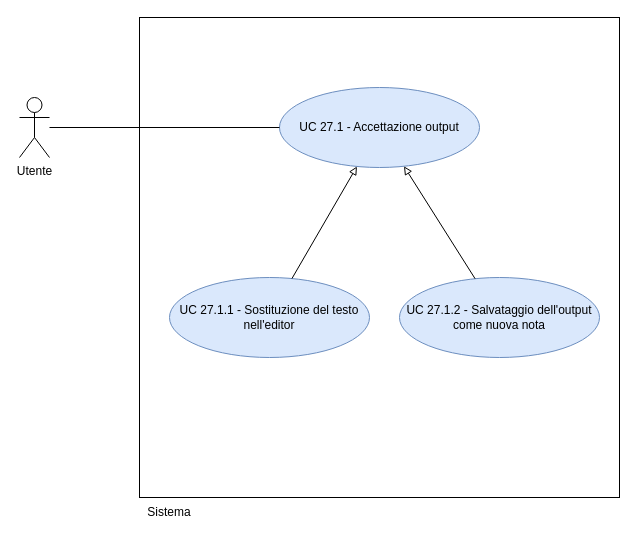
thebitless-group-swe/thebitless.github.io keeps this draw.io diagram as RTB/doc_esterna/analisi-dei-requisiti/assets/draw.io/UC27.1.drawio. Above is the earlier version. Source tidied: cells renumbered, new cells numbered last; positions are measured from the earlier drawing's top-left corner, leaving out a move shared by most shapes. Both pictures are drawn from the tidied source at 100%, with x=0, y=0 at pixel (19, 17).
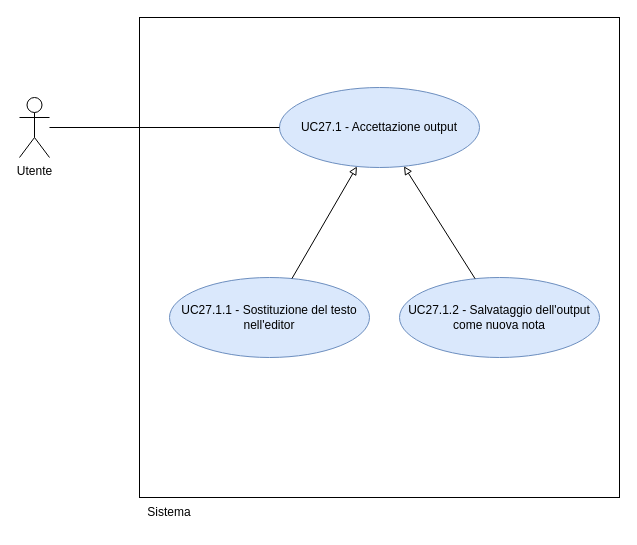
Above is the later version.

Change to the diagram source:
```diff
@@
 <mxGraphModel>
   <root>
     <mxCell id="0" />
     <mxCell id="1" parent="0" />
     <mxCell id="2" style="whiteSpace=wrap;html=1;" parent="1" vertex="1">
       <mxGeometry x="120" width="480" height="480" as="geometry" />
     </mxCell>
     <mxCell id="3" value="Sistema" style="text;html=1;whiteSpace=wrap;strokeColor=none;fillColor=none;align=center;verticalAlign=middle;rounded=0;" parent="1" vertex="1">
       <mxGeometry x="120" y="480" width="60" height="30" as="geometry" />
     </mxCell>
     <mxCell id="4" value="Utente" style="shape=umlActor;verticalLabelPosition=bottom;verticalAlign=top;html=1;outlineConnect=0;" parent="1" vertex="1">
       <mxGeometry y="80" width="30" height="60" as="geometry" />
     </mxCell>
-    <mxCell id="5" value="UC 27.1 - Accettazione output" style="ellipse;whiteSpace=wrap;html=1;fillColor=#dae8fc;strokeColor=#6c8ebf;" parent="1" vertex="1">
+    <mxCell id="5" value="UC27.1 - Accettazione output" style="ellipse;whiteSpace=wrap;html=1;fillColor=#dae8fc;strokeColor=#6c8ebf;" parent="1" vertex="1">
       <mxGeometry x="260" y="70" width="200" height="80" as="geometry" />
     </mxCell>
-    <mxCell id="6" value="UC 27.1.1 - Sostituzione del testo&lt;br&gt;nell'editor" style="ellipse;whiteSpace=wrap;html=1;fillColor=#dae8fc;strokeColor=#6c8ebf;" parent="1" vertex="1">
+    <mxCell id="6" value="UC27.1.1 - Sostituzione del testo&lt;br&gt;nell'editor" style="ellipse;whiteSpace=wrap;html=1;fillColor=#dae8fc;strokeColor=#6c8ebf;" parent="1" vertex="1">
       <mxGeometry x="150" y="260" width="200" height="80" as="geometry" />
     </mxCell>
-    <mxCell id="7" value="UC 27.1.2 - Salvataggio dell'output&lt;br&gt;come nuova nota" style="ellipse;whiteSpace=wrap;html=1;fillColor=#dae8fc;strokeColor=#6c8ebf;" parent="1" vertex="1">
+    <mxCell id="7" value="UC27.1.2 - Salvataggio dell'output&lt;br&gt;come nuova nota" style="ellipse;whiteSpace=wrap;html=1;fillColor=#dae8fc;strokeColor=#6c8ebf;" parent="1" vertex="1">
       <mxGeometry x="380" y="260" width="200" height="80" as="geometry" />
     </mxCell>
     <mxCell id="8" style="edgeStyle=none;rounded=0;jettySize=auto;html=1;endArrow=none;endFill=0;" parent="1" edge="1" source="4" target="5">
       <mxGeometry relative="1" as="geometry" />
     </mxCell>
     <mxCell id="9" style="edgeStyle=none;rounded=0;jettySize=auto;html=1;endArrow=block;endFill=0;" parent="1" edge="1" source="6" target="5">
       <mxGeometry relative="1" as="geometry" />
     </mxCell>
     <mxCell id="10" style="edgeStyle=none;rounded=0;jettySize=auto;html=1;endArrow=block;endFill=0;" parent="1" edge="1" source="7" target="5">
       <mxGeometry relative="1" as="geometry" />
     </mxCell>
   </root>
 </mxGraphModel>
```
